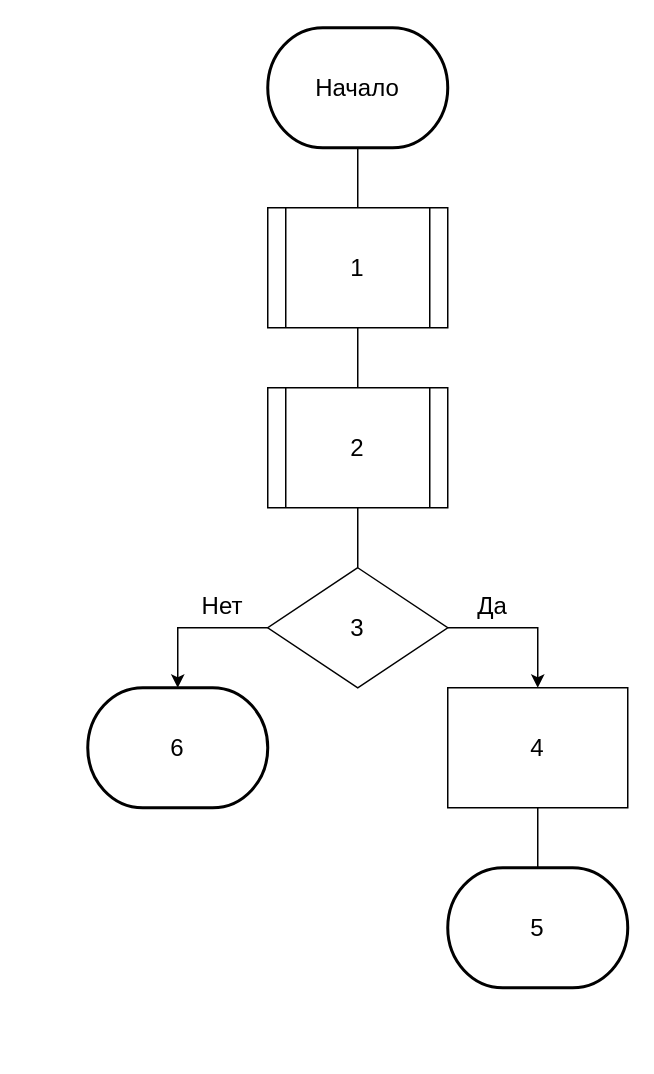
The draw.io diagram блок-схемы/рисунок 6.drawio in ZakharTS/kpo_course, before the edit. Source tidied: cells renumbered, new cells numbered last; positions are measured from the earlier drawing's top-left corner, leaving out a move shared by most shapes. Both pictures are drawn from the tidied source at 150%, with x=0, y=0 at pixel (87, 27).
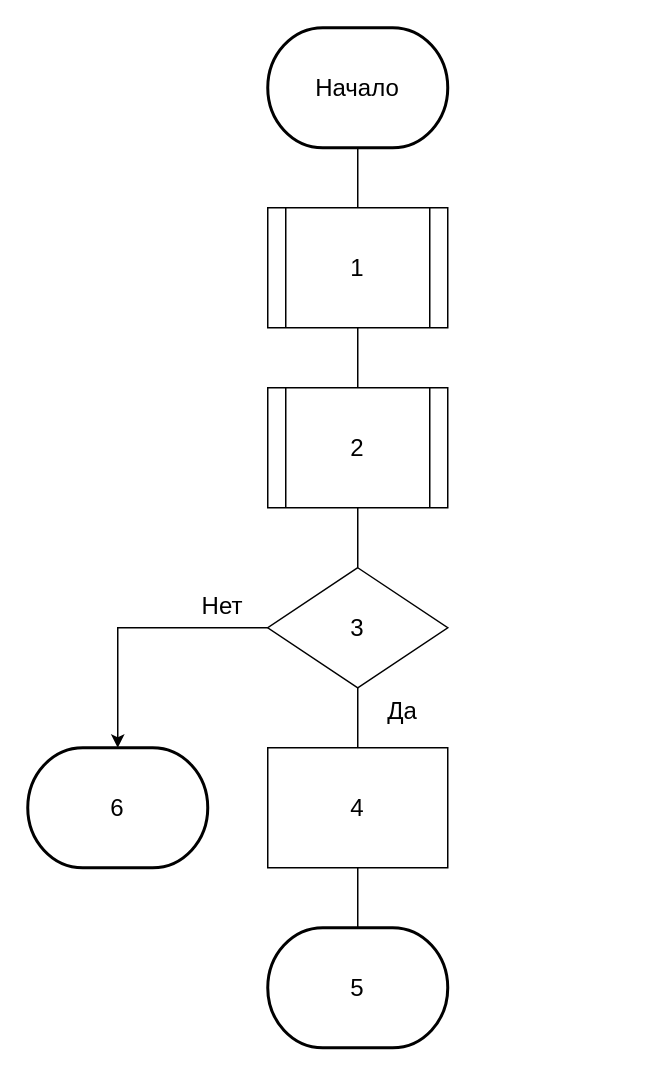
The same diagram, later.

Unchanged cells that the change refers to:
```xml
<mxCell id="8" value="&lt;div&gt;3&lt;/div&gt;" style="rhombus;whiteSpace=wrap;html=1;fontSize=16;" parent="1" vertex="1">
  <mxGeometry x="120" y="360" width="120" height="80" as="geometry" />
</mxCell>
```

Change to the diagram source:
```diff
@@
     <mxCell id="4" value="&lt;font style=&quot;font-size: 16px;&quot;&gt;6&lt;/font&gt;" style="strokeWidth=2;html=1;shape=mxgraph.flowchart.terminator;whiteSpace=wrap;" parent="1" vertex="1">
-      <mxGeometry y="440" width="120" height="80" as="geometry" />
+      <mxGeometry x="-40" y="480" width="120" height="80" as="geometry" />
     </mxCell>
@@
-    <mxCell id="7" style="edgeStyle=orthogonalEdgeStyle;rounded=0;jettySize=auto;html=1;entryX=0.5;entryY=0;entryDx=0;entryDy=0;fontSize=16;" parent="1" edge="1" source="8">
-      <mxGeometry relative="1" as="geometry">
-        <mxPoint x="300" y="440" as="targetPoint" />
-        <Array as="points">
-          <mxPoint x="300" y="400" />
-        </Array>
-      </mxGeometry>
-    </mxCell>
+    <mxCell id="17" style="edgeStyle=orthogonalEdgeStyle;rounded=0;jettySize=auto;html=1;exitX=0.5;exitY=1;exitDx=0;exitDy=0;" parent="1" edge="1" source="8">
+      <mxGeometry relative="1" as="geometry">
+        <mxPoint x="180" y="410" as="targetPoint" />
+      </mxGeometry>
+    </mxCell>
+    <mxCell id="18" style="edgeStyle=orthogonalEdgeStyle;rounded=0;jettySize=auto;html=1;entryX=0.5;entryY=0;entryDx=0;entryDy=0;endArrow=none;endFill=0;" parent="1" edge="1" source="8" target="15">
+      <mxGeometry relative="1" as="geometry" />
+    </mxCell>
@@
     <mxCell id="9" style="edgeStyle=orthogonalEdgeStyle;rounded=0;jettySize=auto;html=1;entryX=0.5;entryY=0;entryDx=0;entryDy=0;entryPerimeter=0;fontSize=16;exitX=0;exitY=0.5;exitDx=0;exitDy=0;" parent="1" edge="1" source="8" target="4">
       <mxGeometry relative="1" as="geometry">
         <Array as="points">
-          <mxPoint x="60" y="400" />
+          <mxPoint x="20" y="400" />
         </Array>
       </mxGeometry>
     </mxCell>
     <mxCell id="10" value="Да" style="text;html=1;strokeColor=none;fillColor=none;align=center;verticalAlign=middle;whiteSpace=wrap;rounded=0;fontSize=16;" parent="1" vertex="1">
-      <mxGeometry x="240" y="370" width="60" height="30" as="geometry" />
+      <mxGeometry x="180" y="440" width="60" height="30" as="geometry" />
     </mxCell>
@@
     <mxCell id="15" value="4" style="rounded=0;whiteSpace=wrap;html=1;fontSize=16;" parent="1" vertex="1">
-      <mxGeometry x="240" y="440" width="120" height="80" as="geometry" />
+      <mxGeometry x="120" y="480" width="120" height="80" as="geometry" />
     </mxCell>
     <mxCell id="16" value="&lt;font style=&quot;font-size: 16px;&quot;&gt;5&lt;/font&gt;" style="strokeWidth=2;html=1;shape=mxgraph.flowchart.terminator;whiteSpace=wrap;" parent="1" vertex="1">
-      <mxGeometry x="240" y="560" width="120" height="80" as="geometry" />
+      <mxGeometry x="120" y="600" width="120" height="80" as="geometry" />
     </mxCell>
```
